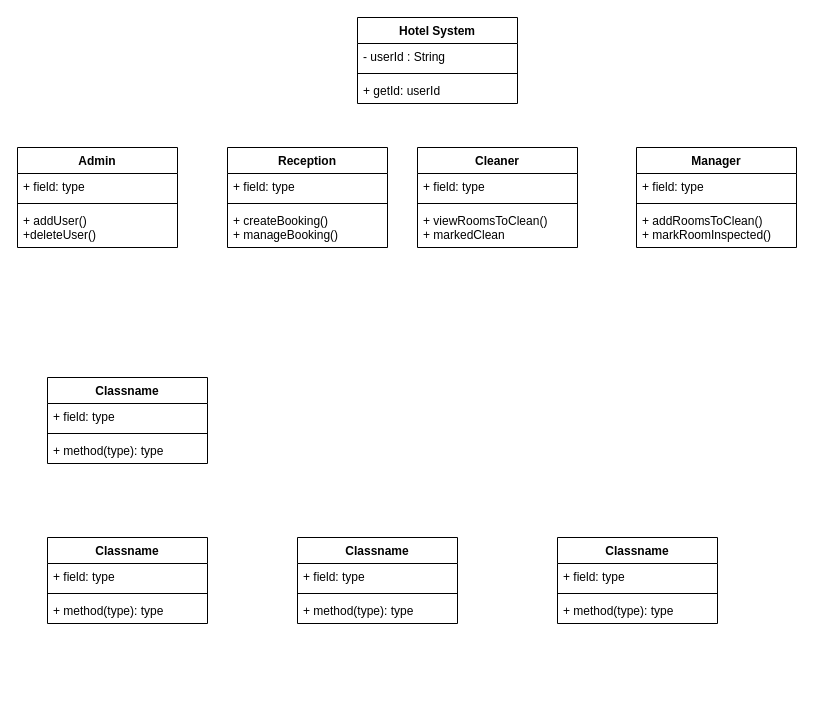
Above: src/UMLDiagrams/Hotel Management System Class Diagram.drawio in MauricePrendeville/Group-6-Project-ATU-Software-Development (draw.io), before the change. Source tidied: cells renumbered, new cells numbered last; positions are measured from the earlier drawing's top-left corner, leaving out a move shared by most shapes. Both pictures are drawn from the tidied source at 100%, with x=0, y=0 at pixel (17, 17).
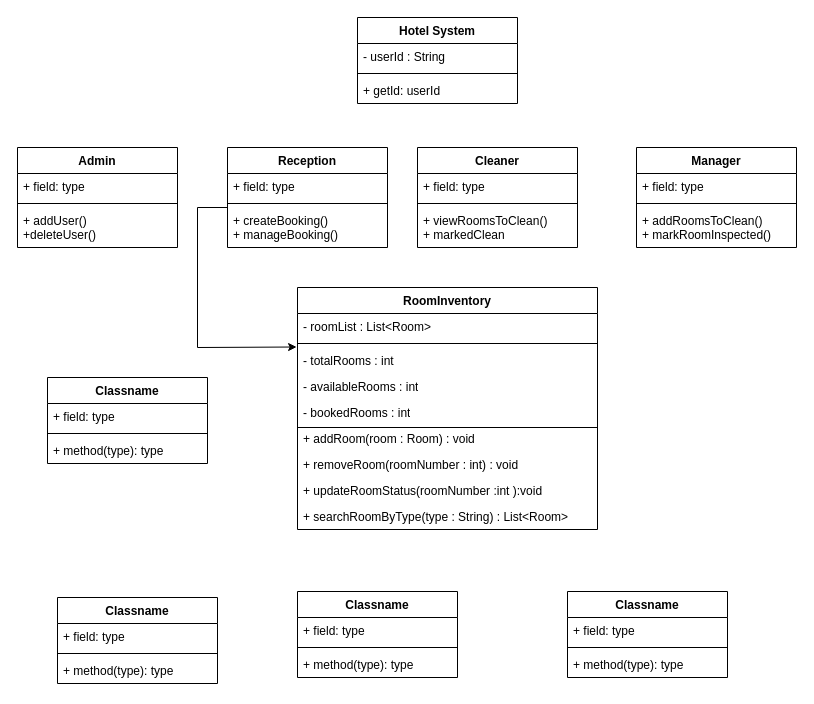
The same page after the edit.

Commit message:
Updated UML: added RoomInventory and relationships with other classes

Unchanged cells that the change refers to:
```xml
<mxCell id="9" value="+ createBooking()&lt;div&gt;+ manageBooking()&lt;/div&gt;" style="text;strokeColor=none;fillColor=none;align=left;verticalAlign=top;spacingLeft=4;spacingRight=4;overflow=hidden;points=[[0,0.5],[1,0.5]];portConstraint=eastwest;whiteSpace=wrap;html=1;" parent="6" vertex="1">
  <mxGeometry y="60" width="160" height="40" as="geometry" />
</mxCell>
```

What changed in the source:
```diff
@@
     <mxCell id="18" value="Classname" style="swimlane;fontStyle=1;align=center;verticalAlign=top;horizontal=1;startSize=26;whiteSpace=wrap;html=1;" parent="1" vertex="1">
-      <mxGeometry x="30" y="520" width="160" height="86" as="geometry" />
+      <mxGeometry x="40" y="580" width="160" height="86" as="geometry" />
     </mxCell>
@@
     <mxCell id="30" value="Classname" style="swimlane;fontStyle=1;align=center;verticalAlign=top;horizontal=1;startSize=26;whiteSpace=wrap;html=1;" parent="1" vertex="1">
-      <mxGeometry x="280" y="520" width="160" height="86" as="geometry" />
+      <mxGeometry x="280" y="574" width="160" height="86" as="geometry" />
     </mxCell>
@@
     <mxCell id="34" value="Classname" style="swimlane;fontStyle=1;align=center;verticalAlign=top;horizontal=1;startSize=26;whiteSpace=wrap;html=1;" parent="1" vertex="1">
-      <mxGeometry x="540" y="520" width="160" height="86" as="geometry" />
+      <mxGeometry x="550" y="574" width="160" height="86" as="geometry" />
     </mxCell>
@@
+    <mxCell id="38" value="RoomInventory" style="swimlane;fontStyle=1;align=center;verticalAlign=top;horizontal=1;startSize=26;whiteSpace=wrap;html=1;" parent="1" vertex="1">
+      <mxGeometry x="280" y="270" width="300" height="242" as="geometry" />
+    </mxCell>
+    <mxCell id="39" value="- roomList : List&amp;lt;Room&amp;gt;" style="text;strokeColor=none;fillColor=none;align=left;verticalAlign=top;spacingLeft=4;spacingRight=4;overflow=hidden;whiteSpace=wrap;html=1;" parent="38" vertex="1">
+      <mxGeometry y="26" width="300" height="26" as="geometry" />
+    </mxCell>
+    <mxCell id="40" style="line;strokeWidth=1;fillColor=none;align=left;verticalAlign=middle;spacingTop=-1;spacingLeft=3;spacingRight=3;labelPosition=right;strokeColor=inherit;" parent="38" vertex="1">
+      <mxGeometry y="52" width="300" height="8" as="geometry" />
+    </mxCell>
+    <mxCell id="41" value="- totalRooms : int" style="text;strokeColor=none;fillColor=none;align=left;verticalAlign=top;spacingLeft=4;spacingRight=4;overflow=hidden;points=[[0,0.5],[1,0.5]];portConstraint=eastwest;whiteSpace=wrap;html=1;" parent="38" vertex="1">
+      <mxGeometry y="60" width="300" height="26" as="geometry" />
+    </mxCell>
+    <mxCell id="42" value="- availableRooms : int" style="text;strokeColor=none;fillColor=none;align=left;verticalAlign=top;spacingLeft=4;spacingRight=4;overflow=hidden;whiteSpace=wrap;html=1;" parent="38" vertex="1">
+      <mxGeometry y="86" width="300" height="26" as="geometry" />
+    </mxCell>
+    <mxCell id="43" value="- bookedRooms : int" style="text;strokeColor=none;fillColor=none;align=left;verticalAlign=top;spacingLeft=4;spacingRight=4;overflow=hidden;whiteSpace=wrap;html=1;" parent="38" vertex="1">
+      <mxGeometry y="112" width="300" height="26" as="geometry" />
+    </mxCell>
+    <mxCell id="44" value="+ addRoom(room : Room) : void" style="text;strokeColor=none;fillColor=none;align=left;verticalAlign=top;spacingLeft=4;spacingRight=4;overflow=hidden;whiteSpace=wrap;html=1;" parent="38" vertex="1">
+      <mxGeometry y="138" width="300" height="26" as="geometry" />
+    </mxCell>
+    <mxCell id="45" value="+ removeRoom(roomNumber : int) : void" style="text;strokeColor=none;fillColor=none;align=left;verticalAlign=top;spacingLeft=4;spacingRight=4;overflow=hidden;whiteSpace=wrap;html=1;" parent="38" vertex="1">
+      <mxGeometry y="164" width="300" height="26" as="geometry" />
+    </mxCell>
+    <mxCell id="46" value="+ updateRoomStatus(roomNumber :int ):void" style="text;strokeColor=none;fillColor=none;align=left;verticalAlign=top;spacingLeft=4;spacingRight=4;overflow=hidden;whiteSpace=wrap;html=1;" parent="38" vertex="1">
+      <mxGeometry y="190" width="300" height="26" as="geometry" />
+    </mxCell>
+    <mxCell id="47" value="+ searchRoomByType(type : String) : List&amp;lt;Room&amp;gt;" style="text;strokeColor=none;fillColor=none;align=left;verticalAlign=top;spacingLeft=4;spacingRight=4;overflow=hidden;whiteSpace=wrap;html=1;" parent="38" vertex="1">
+      <mxGeometry y="216" width="300" height="26" as="geometry" />
+    </mxCell>
+    <mxCell id="48" style="endArrow=none;html=1;" parent="38" edge="1">
+      <mxGeometry relative="1" as="geometry">
+        <mxPoint y="140" as="sourcePoint" />
+        <mxPoint x="300" y="140" as="targetPoint" />
+      </mxGeometry>
+    </mxCell>
+    <mxCell id="49" style="endArrow=none;html=1;entryX=0;entryY=0;entryDx=0;entryDy=0;entryPerimeter=0;" parent="1" edge="1" target="9">
+      <mxGeometry relative="1" as="geometry">
+        <mxPoint x="180" y="190" as="sourcePoint" />
+      </mxGeometry>
+    </mxCell>
+    <mxCell id="50" style="endArrow=none;html=1;" parent="1" edge="1">
+      <mxGeometry relative="1" as="geometry">
+        <mxPoint x="180" y="330" as="sourcePoint" />
+        <mxPoint x="180" y="190" as="targetPoint" />
+      </mxGeometry>
+    </mxCell>
+    <mxCell id="51" style="endArrow=classic;html=1;entryX=-0.003;entryY=-0.019;entryDx=0;entryDy=0;entryPerimeter=0;" parent="1" edge="1" target="41">
+      <mxGeometry relative="1" as="geometry">
+        <mxPoint x="180" y="330" as="sourcePoint" />
+      </mxGeometry>
+    </mxCell>
```
